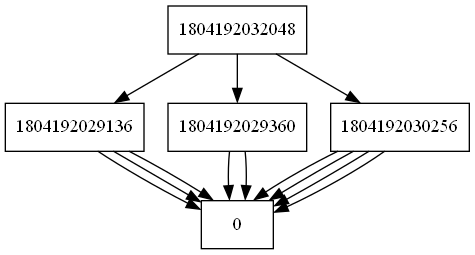
Earlier version of the Graphviz export EDD_F2/btree.png (Samashoas/EDD_PROYECTO_202109705). Its source is kept beside it as EDD_F2/btree.dot. Source of this version:
```dot
digraph BTree {
     node [shape=record];
1804192032048 ->1804192029136;
1804192029136 ->0;
1804192029136 ->0;
1804192029136 ->0;
1804192032048 ->1804192029360;
1804192029360 ->0;
1804192029360 ->0;
1804192032048 ->1804192030256;
1804192030256 ->0;
1804192030256 ->0;
1804192030256 ->0;
1804192030256 ->0;
}
```
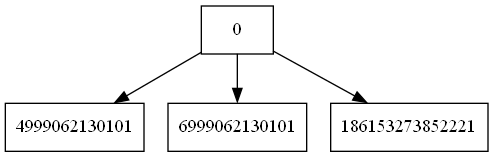
After the commit.

Change to the diagram source:
```diff
@@ -1,15 +1,18 @@
 digraph BTree {
      node [shape=record];
-1804192032048 ->1804192029136;
-1804192029136 ->0;
-1804192029136 ->0;
-1804192029136 ->0;
-1804192032048 ->1804192029360;
-1804192029360 ->0;
-1804192029360 ->0;
-1804192032048 ->1804192030256;
-1804192030256 ->0;
-1804192030256 ->0;
-1804192030256 ->0;
-1804192030256 ->0;
+2249836830144[label="3999062130101"];
+2249836830144 ->2249836829920;
+2249836829920[label="2299062130101"];
+2249836829920[label="2999062130101"];
+2249836829920[label="4999062130101"];
+2249836830144[label="6999062130101"];
+2249836830144 ->2249836830032;
+2249836830032[label="4999062130101"];
+2249836830032[label="6999062130101"];
+2249836830144[label="0"];
+2249836830144 ->2249836830592;
+2249836830592[label="7999062130101"];
+2249836830592[label="8999062130101"];
+2249836830592[label="9999062130101"];
+2249836830592[label="186153273852221"];
 }
```
